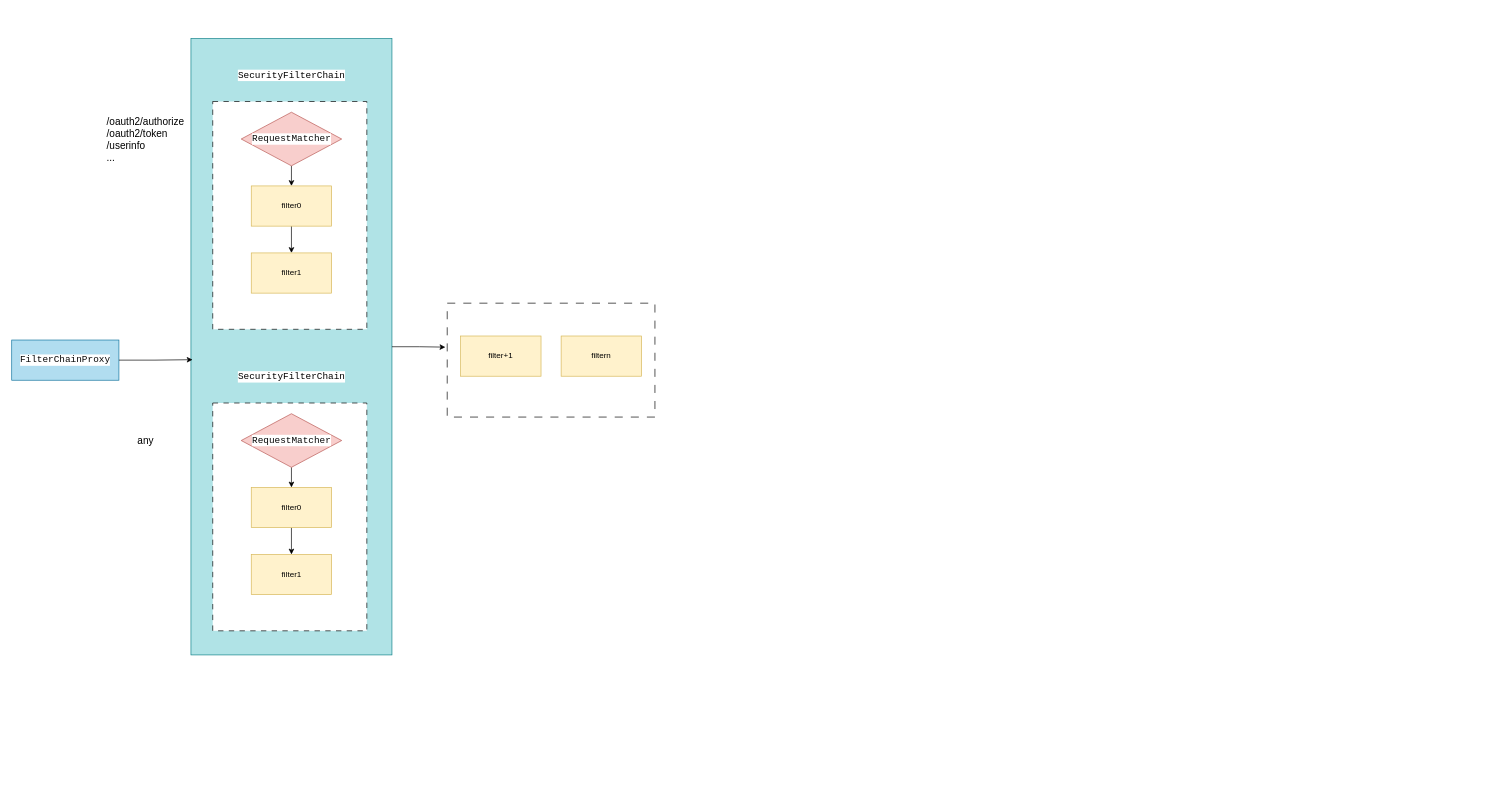
Before: drawio/spring-security.drawio in develop-assistant/diagrams, a draw.io diagram. Source tidied: cells renumbered, new cells numbered last; positions are measured from the earlier drawing's top-left corner, leaving out a move shared by most shapes. Both pictures are drawn from the tidied source at 67%, with x=0, y=0 at pixel (11, 38).
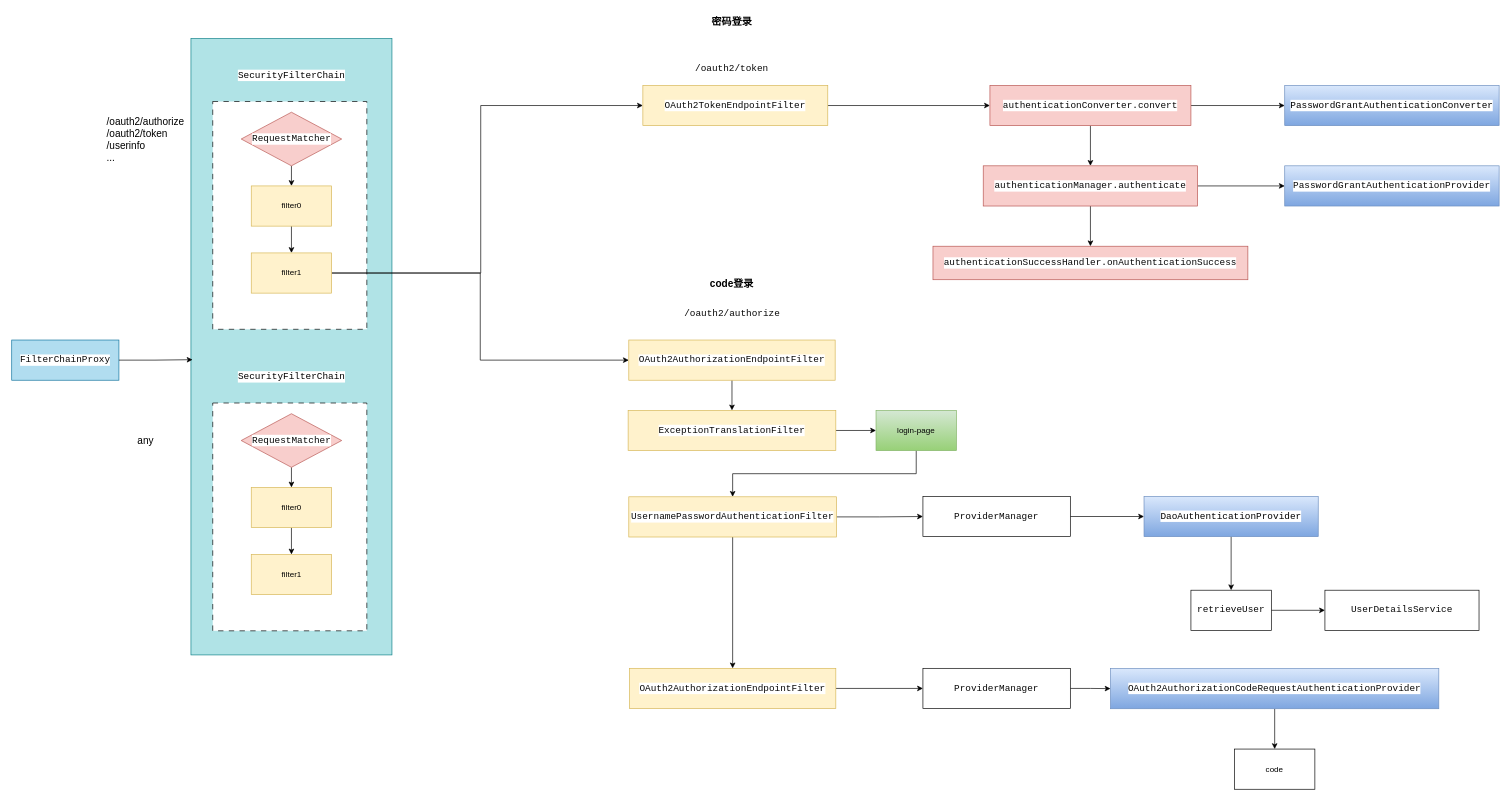
The same page after the edit.

The change refers to these unchanged cells:
```xml
<mxCell id="3" style="rounded=0;whiteSpace=wrap;html=1;fillColor=#b0e3e6;strokeColor=#0e8088;" parent="1" vertex="1">
  <mxGeometry x="267.5" width="300" height="920" as="geometry" />
</mxCell>
<mxCell id="11" value="filter1" style="rounded=0;whiteSpace=wrap;html=1;fillColor=#fff2cc;strokeColor=#d6b656;" parent="1" vertex="1">
  <mxGeometry x="357.5" y="320" width="120" height="60" as="geometry" />
</mxCell>
```

The edit, as a diff of the source:
```diff
@@
-    <mxCell id="2" style="rounded=0;whiteSpace=wrap;html=1;dashed=1;dashPattern=12 12;" parent="1" vertex="1">
-      <mxGeometry x="650" y="395" width="310" height="170" as="geometry" />
-    </mxCell>
@@
+    <mxCell id="25" style="edgeStyle=orthogonalEdgeStyle;rounded=0;jettySize=auto;html=1;exitX=1;exitY=0.5;exitDx=0;exitDy=0;entryX=0;entryY=0.5;entryDx=0;entryDy=0;" parent="1" edge="1" source="11" target="29">
+      <mxGeometry relative="1" as="geometry">
+        <Array as="points">
+          <mxPoint x="700" y="350" />
+          <mxPoint x="700" y="100" />
+        </Array>
+      </mxGeometry>
+    </mxCell>
+    <mxCell id="26" style="edgeStyle=orthogonalEdgeStyle;rounded=0;jettySize=auto;html=1;entryX=0;entryY=0.5;entryDx=0;entryDy=0;" parent="1" edge="1" source="11" target="42">
+      <mxGeometry relative="1" as="geometry" />
+    </mxCell>
@@
-    <mxCell id="22" value="filter+1" style="rounded=0;whiteSpace=wrap;html=1;fillColor=#fff2cc;strokeColor=#d6b656;" parent="1" vertex="1">
-      <mxGeometry x="670" y="444" width="120" height="60" as="geometry" />
-    </mxCell>
-    <mxCell id="23" value="filtern" style="rounded=0;whiteSpace=wrap;html=1;fillColor=#fff2cc;strokeColor=#d6b656;" parent="1" vertex="1">
-      <mxGeometry x="820" y="444" width="120" height="60" as="geometry" />
-    </mxCell>
-    <mxCell id="24" style="edgeStyle=orthogonalEdgeStyle;rounded=0;jettySize=auto;html=1;entryX=-0.009;entryY=0.386;entryDx=0;entryDy=0;entryPerimeter=0;" parent="1" edge="1" source="3" target="2">
-      <mxGeometry relative="1" as="geometry" />
-    </mxCell>
+    <mxCell id="27" value="密码登录" style="text;html=1;strokeColor=none;fillColor=none;align=center;verticalAlign=middle;whiteSpace=wrap;rounded=0;fontSize=15;fontStyle=1;" parent="1" vertex="1">
+      <mxGeometry x="1000" y="-40" width="150" height="30" as="geometry" />
+    </mxCell>
+    <mxCell id="28" style="edgeStyle=orthogonalEdgeStyle;rounded=0;jettySize=auto;html=1;exitX=1;exitY=0.5;exitDx=0;exitDy=0;" parent="1" edge="1" source="29" target="33">
+      <mxGeometry relative="1" as="geometry" />
+    </mxCell>
+    <mxCell id="29" value="&lt;pre style=&quot;background-color:#ffffff;color:#080808;font-family:'JetBrains Mono',monospace;font-size:10.5pt;&quot;&gt;OAuth2TokenEndpointFilter&lt;/pre&gt;" style="rounded=0;whiteSpace=wrap;html=1;fillColor=#fff2cc;strokeColor=#d6b656;" parent="1" vertex="1">
+      <mxGeometry x="942" y="70" width="276" height="60" as="geometry" />
+    </mxCell>
+    <mxCell id="30" value="&lt;pre style=&quot;background-color:#ffffff;color:#080808;font-family:'JetBrains Mono',monospace;font-size:10.5pt;&quot;&gt;/oauth2/token&lt;/pre&gt;" style="text;html=1;strokeColor=none;fillColor=none;align=center;verticalAlign=middle;whiteSpace=wrap;rounded=0;" parent="1" vertex="1">
+      <mxGeometry x="1045" y="30" width="60" height="30" as="geometry" />
+    </mxCell>
+    <mxCell id="31" style="edgeStyle=orthogonalEdgeStyle;rounded=0;jettySize=auto;html=1;exitX=1;exitY=0.5;exitDx=0;exitDy=0;" parent="1" edge="1" source="33" target="34">
+      <mxGeometry relative="1" as="geometry" />
+    </mxCell>
+    <mxCell id="32" style="edgeStyle=orthogonalEdgeStyle;rounded=0;jettySize=auto;html=1;exitX=0.5;exitY=1;exitDx=0;exitDy=0;" parent="1" edge="1" source="33" target="37">
+      <mxGeometry relative="1" as="geometry" />
+    </mxCell>
+    <mxCell id="33" value="&lt;pre style=&quot;background-color:#ffffff;color:#080808;font-family:'JetBrains Mono',monospace;font-size:10.5pt;&quot;&gt;authenticationConverter.convert&lt;/pre&gt;" style="rounded=0;whiteSpace=wrap;html=1;fillColor=#f8cecc;strokeColor=#b85450;" parent="1" vertex="1">
+      <mxGeometry x="1460" y="70" width="300" height="60" as="geometry" />
+    </mxCell>
+    <mxCell id="34" value="&lt;pre style=&quot;background-color:#ffffff;color:#080808;font-family:'JetBrains Mono',monospace;font-size:10.5pt;&quot;&gt;&lt;span style=&quot;color:#000000;&quot;&gt;PasswordGrantAuthenticationConverter&lt;/span&gt;&lt;/pre&gt;" style="rounded=0;whiteSpace=wrap;html=1;fillColor=#dae8fc;strokeColor=#6c8ebf;gradientColor=#7ea6e0;" parent="1" vertex="1">
+      <mxGeometry x="1900" y="70" width="320" height="60" as="geometry" />
+    </mxCell>
+    <mxCell id="35" style="edgeStyle=orthogonalEdgeStyle;rounded=0;jettySize=auto;html=1;" parent="1" edge="1" source="37" target="38">
+      <mxGeometry relative="1" as="geometry" />
+    </mxCell>
+    <mxCell id="36" style="edgeStyle=orthogonalEdgeStyle;rounded=0;jettySize=auto;html=1;exitX=1;exitY=0.5;exitDx=0;exitDy=0;" parent="1" edge="1" source="37" target="39">
+      <mxGeometry relative="1" as="geometry" />
+    </mxCell>
+    <mxCell id="37" value="&lt;pre style=&quot;background-color:#ffffff;color:#080808;font-family:'JetBrains Mono',monospace;font-size:10.5pt;&quot;&gt;authenticationManager.authenticate&lt;/pre&gt;" style="rounded=0;whiteSpace=wrap;html=1;fillColor=#f8cecc;strokeColor=#b85450;" parent="1" vertex="1">
+      <mxGeometry x="1450" y="190" width="320" height="60" as="geometry" />
+    </mxCell>
+    <mxCell id="38" value="&lt;pre style=&quot;background-color:#ffffff;color:#080808;font-family:'JetBrains Mono',monospace;font-size:10.5pt;&quot;&gt;authenticationSuccessHandler.onAuthenticationSuccess&lt;/pre&gt;" style="whiteSpace=wrap;html=1;fillColor=#f8cecc;strokeColor=#b85450;rounded=0;" parent="1" vertex="1">
+      <mxGeometry x="1375" y="310" width="470" height="50" as="geometry" />
+    </mxCell>
+    <mxCell id="39" value="&lt;pre style=&quot;background-color:#ffffff;color:#080808;font-family:'JetBrains Mono',monospace;font-size:10.5pt;&quot;&gt;PasswordGrantAuthenticationProvider&lt;/pre&gt;" style="rounded=0;whiteSpace=wrap;html=1;fillColor=#dae8fc;strokeColor=#6c8ebf;gradientColor=#7ea6e0;" parent="1" vertex="1">
+      <mxGeometry x="1900" y="190" width="320" height="60" as="geometry" />
+    </mxCell>
+    <mxCell id="40" value="code登录" style="text;html=1;strokeColor=none;fillColor=none;align=center;verticalAlign=middle;whiteSpace=wrap;rounded=0;fontSize=15;fontStyle=1;" parent="1" vertex="1">
+      <mxGeometry x="1000" y="350" width="150" height="30" as="geometry" />
+    </mxCell>
+    <mxCell id="41" style="edgeStyle=orthogonalEdgeStyle;rounded=0;jettySize=auto;html=1;exitX=0.5;exitY=1;exitDx=0;exitDy=0;" parent="1" edge="1" source="42" target="45">
+      <mxGeometry relative="1" as="geometry" />
+    </mxCell>
+    <mxCell id="42" value="&lt;pre style=&quot;background-color:#ffffff;color:#080808;font-family:'JetBrains Mono',monospace;font-size:10.5pt;&quot;&gt;&lt;pre style=&quot;font-family: &amp;quot;JetBrains Mono&amp;quot;, monospace; font-size: 10.5pt;&quot;&gt;OAuth2AuthorizationEndpointFilter&lt;/pre&gt;&lt;/pre&gt;" style="rounded=0;whiteSpace=wrap;html=1;fillColor=#fff2cc;strokeColor=#d6b656;" parent="1" vertex="1">
+      <mxGeometry x="921" y="450" width="308" height="60" as="geometry" />
+    </mxCell>
+    <mxCell id="43" value="&lt;pre style=&quot;background-color:#ffffff;color:#080808;font-family:'JetBrains Mono',monospace;font-size:10.5pt;&quot;&gt;/oauth2/authorize&lt;/pre&gt;" style="text;html=1;align=center;verticalAlign=middle;strokeColor=none;fillColor=none;" parent="1" vertex="1">
+      <mxGeometry x="990" y="380" width="170" height="60" as="geometry" />
+    </mxCell>
+    <mxCell id="44" style="edgeStyle=orthogonalEdgeStyle;rounded=0;jettySize=auto;html=1;" parent="1" edge="1" source="45" target="47">
+      <mxGeometry relative="1" as="geometry" />
+    </mxCell>
+    <mxCell id="45" value="&lt;pre style=&quot;background-color:#ffffff;color:#080808;font-family:'JetBrains Mono',monospace;font-size:10.5pt;&quot;&gt;ExceptionTranslationFilter&lt;/pre&gt;" style="rounded=0;whiteSpace=wrap;html=1;fillColor=#fff2cc;strokeColor=#d6b656;" parent="1" vertex="1">
+      <mxGeometry x="920" y="555" width="310" height="60" as="geometry" />
+    </mxCell>
+    <mxCell id="46" style="edgeStyle=orthogonalEdgeStyle;rounded=0;jettySize=auto;html=1;exitX=0.5;exitY=1;exitDx=0;exitDy=0;entryX=0.5;entryY=0;entryDx=0;entryDy=0;" parent="1" edge="1" source="47" target="50">
+      <mxGeometry relative="1" as="geometry" />
+    </mxCell>
+    <mxCell id="47" value="login-page" style="whiteSpace=wrap;html=1;rounded=0;fillColor=#d5e8d4;gradientColor=#97d077;strokeColor=#82b366;" parent="1" vertex="1">
+      <mxGeometry x="1290" y="555" width="120" height="60" as="geometry" />
+    </mxCell>
+    <mxCell id="48" style="edgeStyle=orthogonalEdgeStyle;rounded=0;jettySize=auto;html=1;exitX=1;exitY=0.5;exitDx=0;exitDy=0;" parent="1" edge="1" source="50" target="52">
+      <mxGeometry relative="1" as="geometry" />
+    </mxCell>
+    <mxCell id="49" style="edgeStyle=orthogonalEdgeStyle;rounded=0;jettySize=auto;html=1;entryX=0.5;entryY=0;entryDx=0;entryDy=0;" parent="1" edge="1" source="50" target="59">
+      <mxGeometry relative="1" as="geometry" />
+    </mxCell>
+    <mxCell id="50" value="&lt;pre style=&quot;background-color:#ffffff;color:#080808;font-family:'JetBrains Mono',monospace;font-size:10.5pt;&quot;&gt;&lt;pre style=&quot;font-family: &amp;quot;JetBrains Mono&amp;quot;, monospace; font-size: 10.5pt;&quot;&gt;UsernamePasswordAuthenticationFilter&lt;/pre&gt;&lt;/pre&gt;" style="rounded=0;whiteSpace=wrap;html=1;fillColor=#fff2cc;strokeColor=#d6b656;" parent="1" vertex="1">
+      <mxGeometry x="921" y="684" width="310" height="60" as="geometry" />
+    </mxCell>
+    <mxCell id="51" style="edgeStyle=orthogonalEdgeStyle;rounded=0;jettySize=auto;html=1;" parent="1" edge="1" source="52" target="54">
+      <mxGeometry relative="1" as="geometry" />
+    </mxCell>
+    <mxCell id="52" value="&lt;pre style=&quot;background-color:#ffffff;color:#080808;font-family:'JetBrains Mono',monospace;font-size:10.5pt;&quot;&gt;ProviderManager&lt;/pre&gt;" style="rounded=0;whiteSpace=wrap;html=1;" parent="1" vertex="1">
+      <mxGeometry x="1360" y="683.4" width="220" height="60" as="geometry" />
+    </mxCell>
+    <mxCell id="53" style="edgeStyle=orthogonalEdgeStyle;rounded=0;jettySize=auto;html=1;" parent="1" edge="1" source="54" target="56">
+      <mxGeometry relative="1" as="geometry" />
+    </mxCell>
+    <mxCell id="54" value="&lt;pre style=&quot;background-color:#ffffff;color:#080808;font-family:'JetBrains Mono',monospace;font-size:10.5pt;&quot;&gt;&lt;span style=&quot;color:#000000;&quot;&gt;DaoAuthenticationProvider&lt;/span&gt;&lt;/pre&gt;" style="whiteSpace=wrap;html=1;rounded=0;fillColor=#dae8fc;gradientColor=#7ea6e0;strokeColor=#6c8ebf;" parent="1" vertex="1">
+      <mxGeometry x="1690" y="683.4" width="260" height="60" as="geometry" />
+    </mxCell>
+    <mxCell id="55" style="edgeStyle=orthogonalEdgeStyle;rounded=0;jettySize=auto;html=1;" parent="1" edge="1" source="56" target="57">
+      <mxGeometry relative="1" as="geometry" />
+    </mxCell>
+    <mxCell id="56" value="&lt;pre style=&quot;background-color:#ffffff;color:#080808;font-family:'JetBrains Mono',monospace;font-size:10.5pt;&quot;&gt;retrieveUser&lt;/pre&gt;" style="whiteSpace=wrap;html=1;rounded=0;" parent="1" vertex="1">
+      <mxGeometry x="1760" y="823.4" width="120" height="60" as="geometry" />
+    </mxCell>
+    <mxCell id="57" value="&lt;pre style=&quot;background-color:#ffffff;color:#080808;font-family:'JetBrains Mono',monospace;font-size:10.5pt;&quot;&gt;UserDetailsService&lt;/pre&gt;" style="whiteSpace=wrap;html=1;rounded=0;" parent="1" vertex="1">
+      <mxGeometry x="1960" y="823.4" width="230" height="60" as="geometry" />
+    </mxCell>
+    <mxCell id="58" style="edgeStyle=orthogonalEdgeStyle;rounded=0;jettySize=auto;html=1;exitX=1;exitY=0.5;exitDx=0;exitDy=0;" parent="1" edge="1" source="59" target="61">
+      <mxGeometry relative="1" as="geometry" />
+    </mxCell>
+    <mxCell id="59" value="&lt;pre style=&quot;background-color:#ffffff;color:#080808;font-family:'JetBrains Mono',monospace;font-size:10.5pt;&quot;&gt;&lt;pre style=&quot;font-family: &amp;quot;JetBrains Mono&amp;quot;, monospace; font-size: 10.5pt;&quot;&gt;OAuth2AuthorizationEndpointFilter&lt;/pre&gt;&lt;/pre&gt;" style="rounded=0;whiteSpace=wrap;html=1;fillColor=#fff2cc;strokeColor=#d6b656;" parent="1" vertex="1">
+      <mxGeometry x="922" y="940" width="308" height="60" as="geometry" />
+    </mxCell>
+    <mxCell id="60" style="edgeStyle=orthogonalEdgeStyle;rounded=0;jettySize=auto;html=1;exitX=1;exitY=0.5;exitDx=0;exitDy=0;" parent="1" edge="1" source="61" target="63">
+      <mxGeometry relative="1" as="geometry" />
+    </mxCell>
+    <mxCell id="61" value="&lt;pre style=&quot;background-color:#ffffff;color:#080808;font-family:'JetBrains Mono',monospace;font-size:10.5pt;&quot;&gt;ProviderManager&lt;/pre&gt;" style="rounded=0;whiteSpace=wrap;html=1;" parent="1" vertex="1">
+      <mxGeometry x="1360" y="940" width="220" height="60" as="geometry" />
+    </mxCell>
+    <mxCell id="62" style="edgeStyle=orthogonalEdgeStyle;rounded=0;jettySize=auto;html=1;exitX=0.5;exitY=1;exitDx=0;exitDy=0;" parent="1" edge="1" source="63" target="64">
+      <mxGeometry relative="1" as="geometry" />
+    </mxCell>
+    <mxCell id="63" value="&lt;pre style=&quot;background-color:#ffffff;color:#080808;font-family:'JetBrains Mono',monospace;font-size:10.5pt;&quot;&gt;OAuth2AuthorizationCodeRequestAuthenticationProvider&lt;/pre&gt;" style="rounded=0;whiteSpace=wrap;html=1;fillColor=#dae8fc;gradientColor=#7ea6e0;strokeColor=#6c8ebf;" parent="1" vertex="1">
+      <mxGeometry x="1640" y="940.3" width="490" height="60" as="geometry" />
+    </mxCell>
+    <mxCell id="64" value="code" style="rounded=0;whiteSpace=wrap;html=1;" parent="1" vertex="1">
+      <mxGeometry x="1825" y="1060.5" width="120" height="60" as="geometry" />
+    </mxCell>
```
